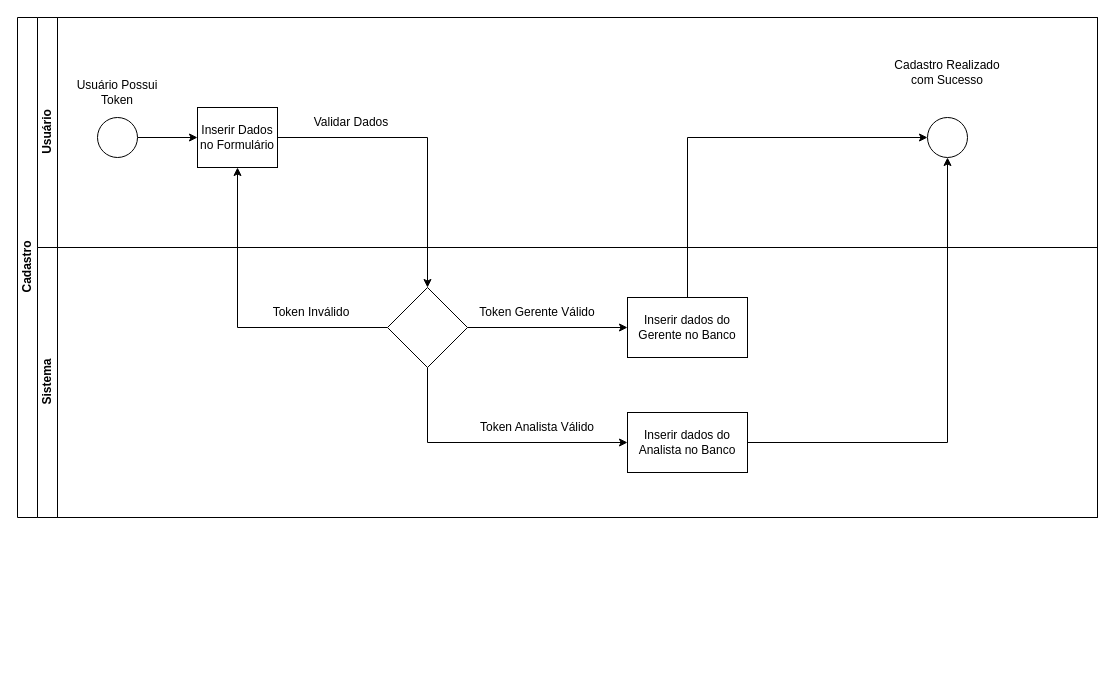
The draw.io diagram Documentação/BPMN/SubProcessoCadastro.drawio in Gate-Watch/Gate-Watch, before the edit. Source tidied: cells renumbered, new cells numbered last; positions are measured from the earlier drawing's top-left corner, leaving out a move shared by most shapes. Both pictures are drawn from the tidied source at 100%, with x=0, y=0 at pixel (17, 17).
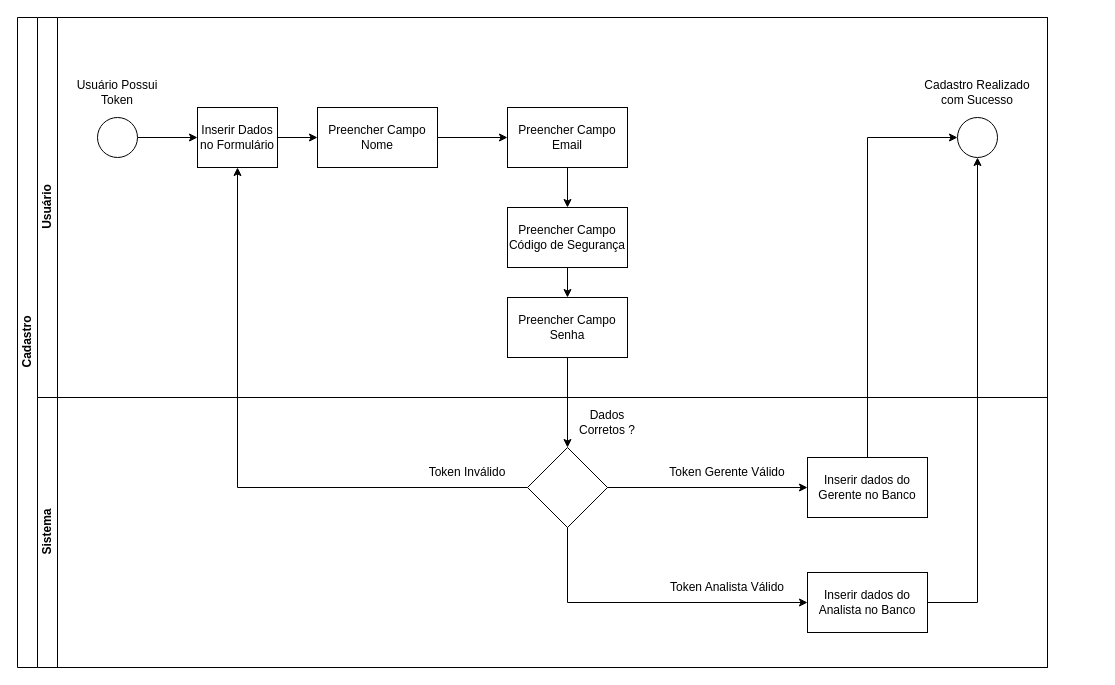
After the change.

The change refers to these unchanged cells:
```xml
<mxCell id="6" value="Inserir Dados no Formulário" style="rounded=0;whiteSpace=wrap;html=1;fontFamily=Helvetica;fontSize=12;fontColor=#000000;align=center;" parent="3" vertex="1">
  <mxGeometry x="160" y="90" width="80" height="60" as="geometry" />
</mxCell>
```

The edit, as a diff of the source:
```diff
@@
     <mxCell id="2" value="Cadastro" style="swimlane;html=1;horizontal=0;startSize=20;" parent="1" vertex="1">
-      <mxGeometry width="1080" height="500" as="geometry" />
+      <mxGeometry width="1030" height="650" as="geometry" />
     </mxCell>
     <mxCell id="3" value="Usuário" style="swimlane;html=1;startSize=20;horizontal=0;" parent="2" vertex="1">
-      <mxGeometry x="20" width="1060" height="230" as="geometry" />
+      <mxGeometry x="20" width="1010" height="380" as="geometry" />
     </mxCell>
@@
+    <mxCell id="24" style="edgeStyle=orthogonalEdgeStyle;rounded=0;jettySize=auto;html=1;exitX=1;exitY=0.5;exitDx=0;exitDy=0;entryX=0;entryY=0.5;entryDx=0;entryDy=0;" parent="3" edge="1" source="6" target="26">
+      <mxGeometry relative="1" as="geometry" />
+    </mxCell>
@@
-    <mxCell id="8" value="Validar Dados" style="text;html=1;align=center;verticalAlign=middle;whiteSpace=wrap;rounded=0;" parent="3" vertex="1">
-      <mxGeometry x="274" y="90" width="80" height="30" as="geometry" />
-    </mxCell>
+    <mxCell id="25" style="edgeStyle=orthogonalEdgeStyle;rounded=0;jettySize=auto;html=1;" parent="3" edge="1" source="26" target="28">
+      <mxGeometry relative="1" as="geometry" />
+    </mxCell>
+    <mxCell id="26" value="Preencher Campo&lt;div&gt;Nome&lt;/div&gt;" style="whiteSpace=wrap;html=1;fontColor=#000000;rounded=0;" parent="3" vertex="1">
+      <mxGeometry x="280" y="90" width="120" height="60" as="geometry" />
+    </mxCell>
+    <mxCell id="27" style="edgeStyle=orthogonalEdgeStyle;rounded=0;jettySize=auto;html=1;" parent="3" edge="1" source="28" target="30">
+      <mxGeometry relative="1" as="geometry" />
+    </mxCell>
+    <mxCell id="28" value="Preencher Campo&lt;div&gt;Email&lt;/div&gt;" style="whiteSpace=wrap;html=1;fontColor=#000000;rounded=0;" parent="3" vertex="1">
+      <mxGeometry x="470" y="90" width="120" height="60" as="geometry" />
+    </mxCell>
+    <mxCell id="29" style="edgeStyle=orthogonalEdgeStyle;rounded=0;jettySize=auto;html=1;" parent="3" edge="1" source="30" target="31">
+      <mxGeometry relative="1" as="geometry" />
+    </mxCell>
+    <mxCell id="30" value="Preencher Campo&lt;div&gt;Código de Segurança&lt;/div&gt;" style="whiteSpace=wrap;html=1;fontColor=#000000;rounded=0;" parent="3" vertex="1">
+      <mxGeometry x="470" y="190" width="120" height="60" as="geometry" />
+    </mxCell>
+    <mxCell id="31" value="Preencher Campo&lt;div&gt;Senha&lt;/div&gt;" style="whiteSpace=wrap;html=1;fontColor=#000000;rounded=0;" parent="3" vertex="1">
+      <mxGeometry x="470" y="280" width="120" height="60" as="geometry" />
+    </mxCell>
     <mxCell id="9" style="ellipse;whiteSpace=wrap;html=1;" parent="3" vertex="1">
-      <mxGeometry x="890" y="100" width="40" height="40" as="geometry" />
+      <mxGeometry x="920" y="100" width="40" height="40" as="geometry" />
     </mxCell>
     <mxCell id="10" value="Cadastro Realizado com Sucesso" style="text;html=1;align=center;verticalAlign=middle;whiteSpace=wrap;rounded=0;" parent="3" vertex="1">
-      <mxGeometry x="850" y="40" width="120" height="30" as="geometry" />
+      <mxGeometry x="880" y="60" width="120" height="30" as="geometry" />
     </mxCell>
-    <mxCell id="11" style="edgeStyle=orthogonalEdgeStyle;rounded=0;jettySize=auto;html=1;" parent="2" edge="1" source="6" target="16">
-      <mxGeometry relative="1" as="geometry" />
-    </mxCell>
-    <mxCell id="12" style="edgeStyle=orthogonalEdgeStyle;rounded=0;jettySize=auto;html=1;entryX=0.5;entryY=1;entryDx=0;entryDy=0;" parent="2" edge="1" source="16" target="6">
+    <mxCell id="12" style="edgeStyle=orthogonalEdgeStyle;rounded=0;jettySize=auto;html=1;exitX=0;exitY=0.5;exitDx=0;exitDy=0;entryX=0.5;entryY=1;entryDx=0;entryDy=0;" parent="2" edge="1" source="16" target="6">
       <mxGeometry relative="1" as="geometry" />
     </mxCell>
+    <mxCell id="32" style="edgeStyle=orthogonalEdgeStyle;rounded=0;jettySize=auto;html=1;exitX=0.5;exitY=1;exitDx=0;exitDy=0;" parent="2" edge="1" source="31" target="16">
+      <mxGeometry relative="1" as="geometry" />
+    </mxCell>
     <mxCell id="13" value="Sistema" style="swimlane;html=1;startSize=20;horizontal=0;" parent="2" vertex="1">
-      <mxGeometry x="20" y="230" width="1060" height="270" as="geometry" />
+      <mxGeometry x="20" y="380" width="1010" height="270" as="geometry" />
     </mxCell>
-    <mxCell id="14" style="edgeStyle=orthogonalEdgeStyle;rounded=0;jettySize=auto;html=1;" parent="13" edge="1" source="16" target="18">
-      <mxGeometry relative="1" as="geometry" />
-    </mxCell>
-    <mxCell id="15" style="edgeStyle=orthogonalEdgeStyle;rounded=0;jettySize=auto;html=1;exitX=0.5;exitY=1;exitDx=0;exitDy=0;entryX=0;entryY=0.5;entryDx=0;entryDy=0;" parent="13" edge="1" source="16" target="19">
-      <mxGeometry relative="1" as="geometry" />
-    </mxCell>
-    <mxCell id="16" style="rhombus;whiteSpace=wrap;html=1;fontColor=#000000;rounded=0;" parent="13" vertex="1">
-      <mxGeometry x="350" y="40" width="80" height="80" as="geometry" />
-    </mxCell>
     <mxCell id="17" value="Token Inválido" style="text;html=1;align=center;verticalAlign=middle;whiteSpace=wrap;rounded=0;" parent="13" vertex="1">
-      <mxGeometry x="234" y="50" width="80" height="30" as="geometry" />
+      <mxGeometry x="390" y="60" width="80" height="30" as="geometry" />
     </mxCell>
-    <mxCell id="18" value="Inserir dados do Gerente no Banco" style="whiteSpace=wrap;html=1;fontColor=#000000;rounded=0;" parent="13" vertex="1">
-      <mxGeometry x="590" y="50" width="120" height="60" as="geometry" />
-    </mxCell>
-    <mxCell id="19" value="Inserir dados do Analista no Banco" style="whiteSpace=wrap;html=1;fontColor=#000000;rounded=0;" parent="13" vertex="1">
-      <mxGeometry x="590" y="165" width="120" height="60" as="geometry" />
-    </mxCell>
+    <mxCell id="8" value="Dados Corretos ?" style="text;html=1;align=center;verticalAlign=middle;whiteSpace=wrap;rounded=0;" parent="13" vertex="1">
+      <mxGeometry x="530" y="10" width="80" height="30" as="geometry" />
+    </mxCell>
     <mxCell id="20" value="Token Gerente Válido" style="text;html=1;align=center;verticalAlign=middle;whiteSpace=wrap;rounded=0;" parent="13" vertex="1">
-      <mxGeometry x="440" y="50" width="120" height="30" as="geometry" />
+      <mxGeometry x="630" y="60" width="120" height="30" as="geometry" />
     </mxCell>
     <mxCell id="21" value="Token Analista Válido" style="text;html=1;align=center;verticalAlign=middle;whiteSpace=wrap;rounded=0;" parent="13" vertex="1">
-      <mxGeometry x="440" y="165" width="120" height="30" as="geometry" />
+      <mxGeometry x="630" y="175" width="120" height="30" as="geometry" />
     </mxCell>
+    <mxCell id="16" style="rhombus;whiteSpace=wrap;html=1;fontColor=#000000;rounded=0;" parent="13" vertex="1">
+      <mxGeometry x="490" y="50" width="80" height="80" as="geometry" />
+    </mxCell>
+    <mxCell id="19" value="Inserir dados do Analista no Banco" style="whiteSpace=wrap;html=1;fontColor=#000000;rounded=0;" parent="13" vertex="1">
+      <mxGeometry x="770" y="175" width="120" height="60" as="geometry" />
+    </mxCell>
+    <mxCell id="18" value="Inserir dados do Gerente no Banco" style="whiteSpace=wrap;html=1;fontColor=#000000;rounded=0;" parent="13" vertex="1">
+      <mxGeometry x="770" y="60" width="120" height="60" as="geometry" />
+    </mxCell>
+    <mxCell id="15" style="edgeStyle=orthogonalEdgeStyle;rounded=0;jettySize=auto;html=1;exitX=0.5;exitY=1;exitDx=0;exitDy=0;entryX=0;entryY=0.5;entryDx=0;entryDy=0;" parent="13" edge="1" source="16" target="19">
+      <mxGeometry relative="1" as="geometry" />
+    </mxCell>
+    <mxCell id="14" style="edgeStyle=orthogonalEdgeStyle;rounded=0;jettySize=auto;html=1;" parent="13" edge="1" source="16" target="18">
+      <mxGeometry relative="1" as="geometry" />
+    </mxCell>
+    <mxCell id="23" style="edgeStyle=orthogonalEdgeStyle;rounded=0;jettySize=auto;html=1;exitX=1;exitY=0.5;exitDx=0;exitDy=0;entryX=0.5;entryY=1;entryDx=0;entryDy=0;" parent="2" edge="1" source="19" target="9">
+      <mxGeometry relative="1" as="geometry" />
+    </mxCell>
@@
-    <mxCell id="23" style="edgeStyle=orthogonalEdgeStyle;rounded=0;jettySize=auto;html=1;exitX=1;exitY=0.5;exitDx=0;exitDy=0;entryX=0.5;entryY=1;entryDx=0;entryDy=0;" parent="2" edge="1" source="19" target="9">
-      <mxGeometry relative="1" as="geometry" />
-    </mxCell>
```
